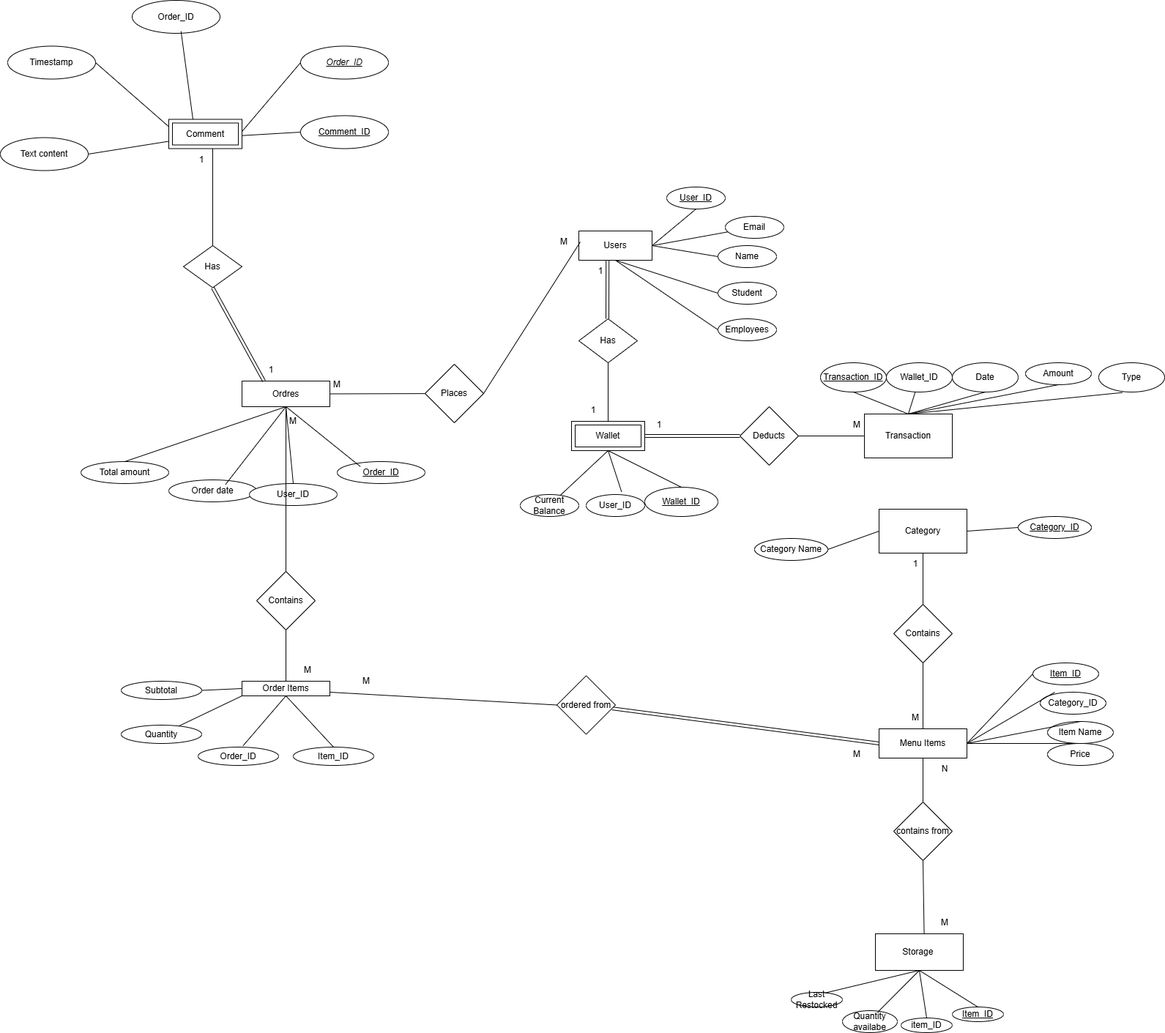
Earlier version of the draw.io export _Design/Diagrams/ERD/Images/ERD_PNG.png (joewaleed/Cafeteria-Project_2.0). Source tidied: cells renumbered, new cells last; positions are measured from the earlier drawing's top-left corner, leaving out a move shared by most shapes.
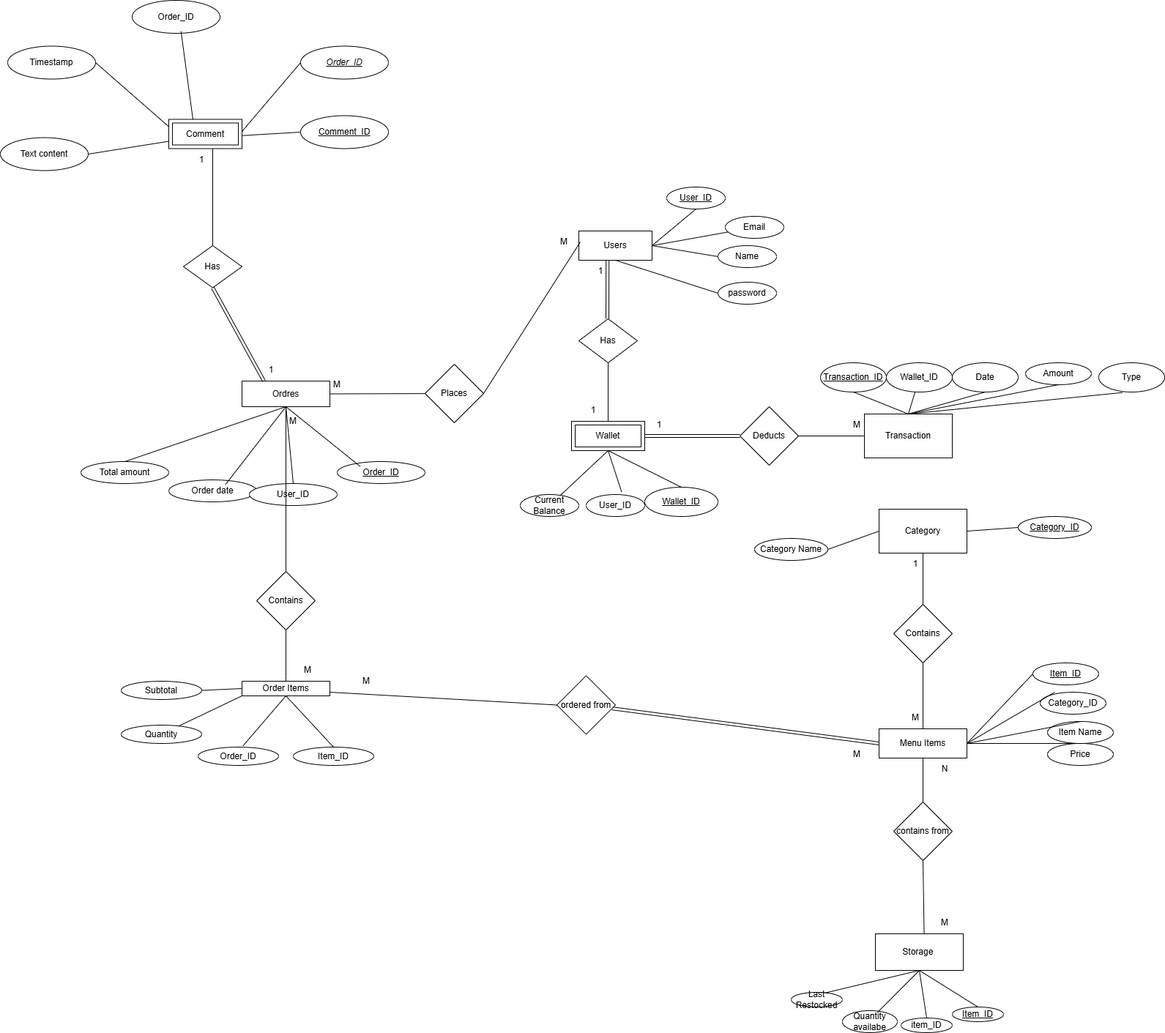
Above is the later version.

What changed in the source:
```diff
@@ -8,10 +8,7 @@
     <mxCell id="3" value="&lt;u&gt;User_ID&lt;/u&gt;" style="ellipse;whiteSpace=wrap;html=1;" parent="1" vertex="1">
       <mxGeometry x="910" y="255" width="80" height="30" as="geometry" />
     </mxCell>
-    <mxCell id="4" value="Employees" style="ellipse;whiteSpace=wrap;html=1;" parent="1" vertex="1">
-      <mxGeometry x="980" y="435" width="80" height="30" as="geometry" />
-    </mxCell>
-    <mxCell id="5" value="Student" style="ellipse;whiteSpace=wrap;html=1;" parent="1" vertex="1">
+    <mxCell id="5" value="password" style="ellipse;whiteSpace=wrap;html=1;" parent="1" vertex="1">
       <mxGeometry x="980" y="385" width="80" height="30" as="geometry" />
     </mxCell>
     <mxCell id="6" value="Name" style="ellipse;whiteSpace=wrap;html=1;" parent="1" vertex="1">
@@ -26,8 +23,11 @@
     <mxCell id="9" style="endArrow=none;html=1;rounded=0;exitX=1;exitY=0.5;exitDx=0;exitDy=0;entryX=0;entryY=0.5;entryDx=0;entryDy=0;" parent="1" edge="1" source="2" target="6">
       <mxGeometry relative="1" as="geometry" />
     </mxCell>
-    <mxCell id="10" style="edgeStyle=orthogonalEdgeStyle;rounded=0;orthogonalLoop=1;jettySize=auto;html=1;exitX=0.5;exitY=1;exitDx=0;exitDy=0;" parent="1" edge="1" source="4" target="4">
-      <mxGeometry relative="1" as="geometry" />
+    <mxCell id="10" style="edgeStyle=orthogonalEdgeStyle;rounded=0;orthogonalLoop=1;jettySize=auto;html=1;exitX=0.5;exitY=1;exitDx=0;exitDy=0;" parent="1" edge="1">
+      <mxGeometry relative="1" as="geometry">
+        <mxPoint x="1020" y="465" as="sourcePoint" />
+        <mxPoint x="1020" y="465" as="targetPoint" />
+      </mxGeometry>
     </mxCell>
     <mxCell id="11" style="endArrow=none;html=1;rounded=0;entryX=1;entryY=0.5;entryDx=0;entryDy=0;" parent="1" edge="1" source="7" target="2">
       <mxGeometry relative="1" as="geometry" />
@@ -35,9 +35,6 @@
     <mxCell id="12" style="endArrow=none;html=1;rounded=0;entryX=0;entryY=0.5;entryDx=0;entryDy=0;exitX=0.5;exitY=1;exitDx=0;exitDy=0;" parent="1" edge="1" source="2" target="5">
       <mxGeometry relative="1" as="geometry" />
     </mxCell>
-    <mxCell id="13" style="endArrow=none;html=1;rounded=0;entryX=0;entryY=0.5;entryDx=0;entryDy=0;exitX=0.5;exitY=1;exitDx=0;exitDy=0;" parent="1" edge="1" source="2" target="4">
-      <mxGeometry relative="1" as="geometry" />
-    </mxCell>
     <mxCell id="14" style="endArrow=none;html=1;rounded=0;entryX=0.392;entryY=1;entryDx=0;entryDy=0;entryPerimeter=0;shape=link;" parent="1" edge="1" target="2">
       <mxGeometry relative="1" as="geometry">
         <mxPoint x="829" y="435" as="sourcePoint" />
```
